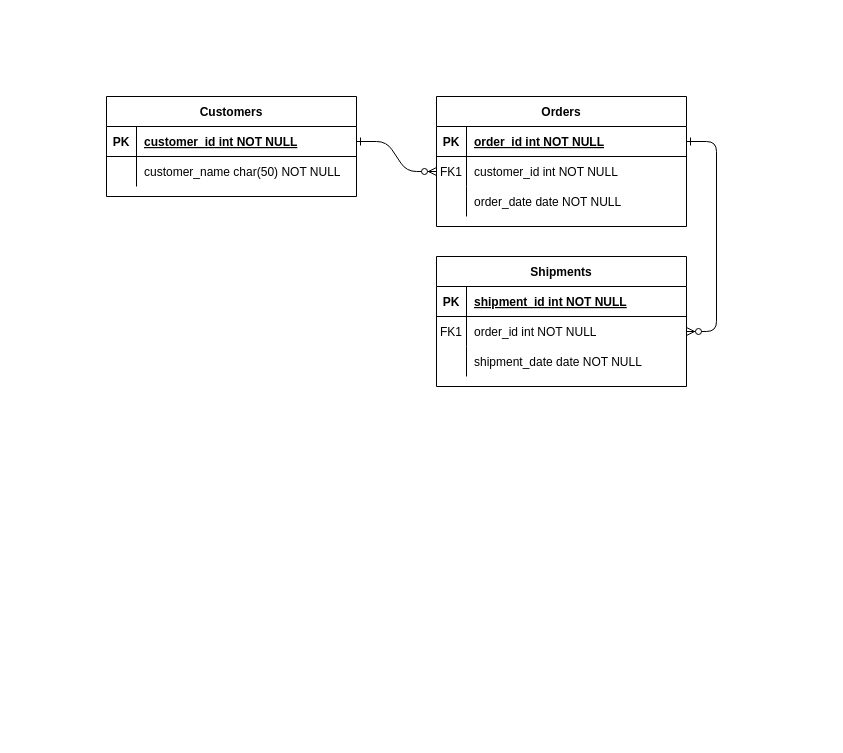
Before: Module_1/Lab_20_SQL-Business-Cases/IronCars.drawio in psyrgkan/DAFT_1022, a draw.io diagram. Source tidied: cells renumbered, new cells numbered last; positions are measured from the earlier drawing's top-left corner, leaving out a move shared by most shapes. Both pictures are drawn from the tidied source at 100%, with x=0, y=0 at pixel (106, 96).
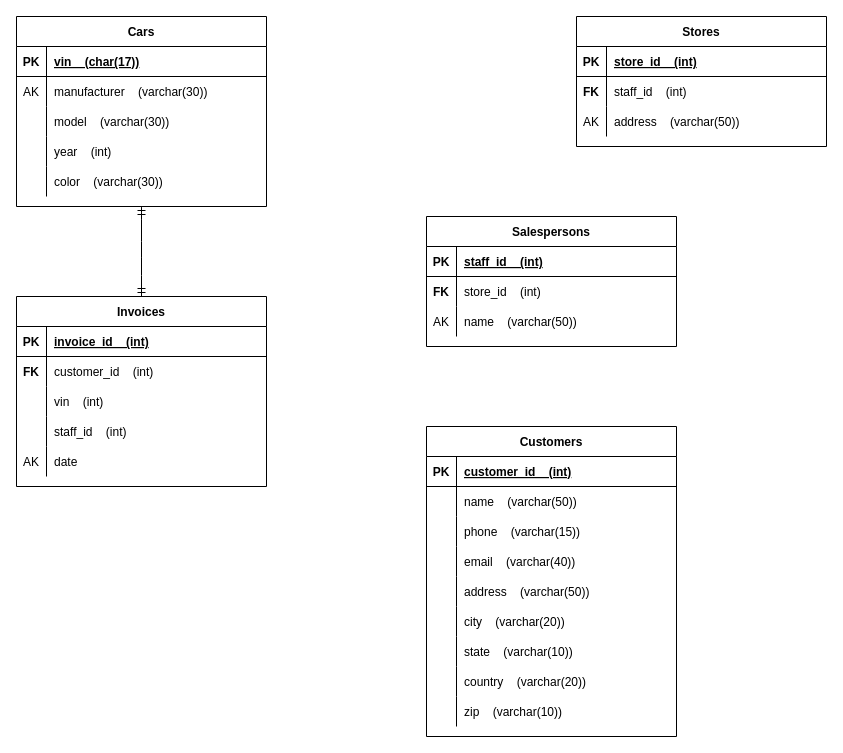
Above is the later version.

The change refers to these unchanged cells:
```xml
<mxCell id="5" style="shape=partialRectangle;fillColor=none;points=[[0,0.5],[1,0.5]];portConstraint=eastwest;top=0;left=0;right=0;bottom=1;" parent="4" vertex="1">
  <mxGeometry y="30" width="250" height="30" as="geometry" />
</mxCell>
<mxCell id="8" style="shape=partialRectangle;fillColor=none;points=[[0,0.5],[1,0.5]];portConstraint=eastwest;top=0;left=0;right=0;bottom=0;" parent="4" vertex="1">
  <mxGeometry y="60" width="250" height="30" as="geometry" />
</mxCell>
<mxCell id="11" style="shape=partialRectangle;fillColor=none;top=0;left=0;right=0;bottom=0;" parent="4" vertex="1">
  <mxGeometry y="90" width="250" height="30" as="geometry" />
</mxCell>
<mxCell id="15" style="shape=partialRectangle;fillColor=none;top=0;left=0;right=0;bottom=1;" parent="14" vertex="1">
  <mxGeometry y="30" width="250" height="30" as="geometry" />
</mxCell>
<mxCell id="18" style="shape=partialRectangle;fillColor=none;points=[[0,0.5],[1,0.5]];portConstraint=eastwest;top=0;left=0;right=0;bottom=0;" parent="14" vertex="1">
  <mxGeometry y="60" width="250" height="30" as="geometry" />
</mxCell>
<mxCell id="21" style="shape=partialRectangle;fillColor=none;top=0;left=0;right=0;bottom=0;" parent="14" vertex="1">
  <mxGeometry y="90" width="250" height="30" as="geometry" />
</mxCell>
<mxCell id="25" style="shape=partialRectangle;fillColor=none;points=[[0,0.5],[1,0.5]];portConstraint=eastwest;top=0;left=0;right=0;bottom=1;" parent="24" vertex="1">
  <mxGeometry y="30" width="250" height="30" as="geometry" />
</mxCell>
<mxCell id="28" style="shape=partialRectangle;fillColor=none;top=0;left=0;right=0;bottom=0;" parent="24" vertex="1">
  <mxGeometry y="60" width="250" height="30" as="geometry" />
</mxCell>
```

Change to the diagram source:
```diff
@@
-    <mxCell id="2" style="edgeStyle=entityRelationEdgeStyle;endArrow=ERzeroToMany;startArrow=ERone;endFill=1;startFill=0;" parent="1" edge="1" source="25" target="8">
-      <mxGeometry relative="1" as="geometry" />
-    </mxCell>
-    <mxCell id="3" style="edgeStyle=entityRelationEdgeStyle;endArrow=ERzeroToMany;startArrow=ERone;endFill=1;startFill=0;" parent="1" edge="1" source="5" target="18">
-      <mxGeometry relative="1" as="geometry" />
-    </mxCell>
-    <mxCell id="4" value="Orders" style="shape=table;startSize=30;childLayout=tableLayout;rowLines=0;fontStyle=1;align=center;" parent="1" vertex="1">
-      <mxGeometry x="330" width="250" height="130" as="geometry" />
+    <mxCell id="4" value="Invoices" style="shape=table;startSize=30;childLayout=tableLayout;rowLines=0;fontStyle=1;align=center;" parent="1" vertex="1">
+      <mxGeometry x="-90" y="200" width="250" height="190" as="geometry" />
     </mxCell>
@@
-    <mxCell id="7" value="order_id int NOT NULL " style="shape=partialRectangle;overflow=hidden;fillColor=none;top=0;left=0;bottom=0;right=0;align=left;spacingLeft=6;fontStyle=5;" parent="5" vertex="1">
+    <mxCell id="7" value="invoice_id    (int)" style="shape=partialRectangle;overflow=hidden;fillColor=none;top=0;left=0;bottom=0;right=0;align=left;spacingLeft=6;fontStyle=5;" parent="5" vertex="1">
       <mxGeometry x="30" width="220" height="30" as="geometry" />
     </mxCell>
@@
-    <mxCell id="9" value="FK1" style="shape=partialRectangle;overflow=hidden;fillColor=none;top=0;left=0;bottom=0;right=0;" parent="8" vertex="1">
+    <mxCell id="9" value="FK" style="shape=partialRectangle;overflow=hidden;fillColor=none;top=0;left=0;bottom=0;right=0;fontStyle=1;" parent="8" vertex="1">
       <mxGeometry width="30" height="30" as="geometry" />
     </mxCell>
-    <mxCell id="10" value="customer_id int NOT NULL" style="shape=partialRectangle;overflow=hidden;fillColor=none;top=0;left=0;bottom=0;right=0;align=left;spacingLeft=6;" parent="8" vertex="1">
+    <mxCell id="10" value="customer_id    (int)" style="shape=partialRectangle;overflow=hidden;fillColor=none;top=0;left=0;bottom=0;right=0;align=left;spacingLeft=6;" parent="8" vertex="1">
       <mxGeometry x="30" width="220" height="30" as="geometry" />
     </mxCell>
@@
-    <mxCell id="13" value="order_date date NOT NULL" style="shape=partialRectangle;overflow=hidden;fillColor=none;top=0;left=0;bottom=0;right=0;align=left;spacingLeft=6;" parent="11" vertex="1">
+    <mxCell id="13" value="vin    (int)" style="shape=partialRectangle;overflow=hidden;fillColor=none;top=0;left=0;bottom=0;right=0;align=left;spacingLeft=6;" parent="11" vertex="1">
       <mxGeometry x="30" width="220" height="30" as="geometry" />
     </mxCell>
+    <mxCell id="31" style="shape=tableRow;horizontal=0;startSize=0;swimlaneHead=0;swimlaneBody=0;fillColor=none;top=0;left=0;right=0;bottom=0;" parent="4" vertex="1">
+      <mxGeometry y="120" width="250" height="30" as="geometry" />
+    </mxCell>
+    <mxCell id="32" style="shape=partialRectangle;fillColor=none;top=0;left=0;bottom=0;right=0;overflow=hidden;" parent="31" vertex="1">
+      <mxGeometry width="30" height="30" as="geometry" />
+    </mxCell>
+    <mxCell id="33" value="staff_id    (int)" style="shape=partialRectangle;fillColor=none;top=0;left=0;bottom=0;right=0;align=left;spacingLeft=6;overflow=hidden;" parent="31" vertex="1">
+      <mxGeometry x="30" width="220" height="30" as="geometry" />
+    </mxCell>
+    <mxCell id="34" style="shape=tableRow;horizontal=0;startSize=0;swimlaneHead=0;swimlaneBody=0;fillColor=none;top=0;left=0;right=0;bottom=0;" parent="4" vertex="1">
+      <mxGeometry y="150" width="250" height="30" as="geometry" />
+    </mxCell>
+    <mxCell id="35" value="AK" style="shape=partialRectangle;fillColor=none;top=0;left=0;bottom=0;right=0;overflow=hidden;" parent="34" vertex="1">
+      <mxGeometry width="30" height="30" as="geometry" />
+    </mxCell>
+    <mxCell id="36" value="date" style="shape=partialRectangle;fillColor=none;top=0;left=0;bottom=0;right=0;align=left;spacingLeft=6;overflow=hidden;" parent="34" vertex="1">
+      <mxGeometry x="30" width="220" height="30" as="geometry" />
+    </mxCell>
-    <mxCell id="14" value="Shipments" style="shape=table;startSize=30;childLayout=tableLayout;rowLines=0;fontStyle=1;align=center;" parent="1" vertex="1">
-      <mxGeometry x="330" y="160" width="250" height="130" as="geometry" />
+    <mxCell id="14" value="Salespersons" style="shape=table;startSize=30;childLayout=tableLayout;rowLines=0;fontStyle=1;align=center;" parent="1" vertex="1">
+      <mxGeometry x="320" y="120" width="250" height="130" as="geometry" />
     </mxCell>
@@
-    <mxCell id="17" value="shipment_id int NOT NULL " style="shape=partialRectangle;overflow=hidden;fillColor=none;top=0;left=0;bottom=0;right=0;align=left;spacingLeft=6;fontStyle=5;" parent="15" vertex="1">
+    <mxCell id="17" value="staff_id    (int)" style="shape=partialRectangle;overflow=hidden;fillColor=none;top=0;left=0;bottom=0;right=0;align=left;spacingLeft=6;fontStyle=5;" parent="15" vertex="1">
       <mxGeometry x="30" width="220" height="30" as="geometry" />
     </mxCell>
@@
-    <mxCell id="19" value="FK1" style="shape=partialRectangle;overflow=hidden;fillColor=none;top=0;left=0;bottom=0;right=0;" parent="18" vertex="1">
+    <mxCell id="19" value="FK" style="shape=partialRectangle;overflow=hidden;fillColor=none;top=0;left=0;bottom=0;right=0;fontStyle=1;" parent="18" vertex="1">
       <mxGeometry width="30" height="30" as="geometry" />
     </mxCell>
-    <mxCell id="20" value="order_id int NOT NULL" style="shape=partialRectangle;overflow=hidden;fillColor=none;top=0;left=0;bottom=0;right=0;align=left;spacingLeft=6;" parent="18" vertex="1">
+    <mxCell id="20" value="store_id    (int)" style="shape=partialRectangle;overflow=hidden;fillColor=none;top=0;left=0;bottom=0;right=0;align=left;spacingLeft=6;" parent="18" vertex="1">
       <mxGeometry x="30" width="220" height="30" as="geometry" />
     </mxCell>
@@
-    <mxCell id="22" style="shape=partialRectangle;overflow=hidden;fillColor=none;top=0;left=0;bottom=0;right=0;" parent="21" vertex="1">
+    <mxCell id="22" value="AK" style="shape=partialRectangle;overflow=hidden;fillColor=none;top=0;left=0;bottom=0;right=0;" parent="21" vertex="1">
       <mxGeometry width="30" height="30" as="geometry" />
     </mxCell>
-    <mxCell id="23" value="shipment_date date NOT NULL" style="shape=partialRectangle;overflow=hidden;fillColor=none;top=0;left=0;bottom=0;right=0;align=left;spacingLeft=6;" parent="21" vertex="1">
+    <mxCell id="23" value="name    (varchar(50))" style="shape=partialRectangle;overflow=hidden;fillColor=none;top=0;left=0;bottom=0;right=0;align=left;spacingLeft=6;" parent="21" vertex="1">
       <mxGeometry x="30" width="220" height="30" as="geometry" />
     </mxCell>
     <mxCell id="24" value="Customers" style="shape=table;startSize=30;childLayout=tableLayout;rowLines=0;fontStyle=1;align=center;" parent="1" vertex="1">
-      <mxGeometry width="250" height="100" as="geometry" />
+      <mxGeometry x="320" y="330" width="250" height="310" as="geometry" />
     </mxCell>
@@
-    <mxCell id="27" value="customer_id int NOT NULL " style="shape=partialRectangle;overflow=hidden;fillColor=none;top=0;left=0;bottom=0;right=0;align=left;spacingLeft=6;fontStyle=5;" parent="25" vertex="1">
+    <mxCell id="27" value="customer_id    (int)" style="shape=partialRectangle;overflow=hidden;fillColor=none;top=0;left=0;bottom=0;right=0;align=left;spacingLeft=6;fontStyle=5;" parent="25" vertex="1">
       <mxGeometry x="30" width="220" height="30" as="geometry" />
     </mxCell>
@@
-    <mxCell id="30" value="customer_name char(50) NOT NULL" style="shape=partialRectangle;overflow=hidden;fillColor=none;top=0;left=0;bottom=0;right=0;align=left;spacingLeft=6;" parent="28" vertex="1">
+    <mxCell id="30" value="name    (varchar(50))" style="shape=partialRectangle;overflow=hidden;fillColor=none;top=0;left=0;bottom=0;right=0;align=left;spacingLeft=6;" parent="28" vertex="1">
       <mxGeometry x="30" width="220" height="30" as="geometry" />
     </mxCell>
+    <mxCell id="37" style="shape=tableRow;horizontal=0;startSize=0;swimlaneHead=0;swimlaneBody=0;fillColor=none;top=0;left=0;right=0;bottom=0;" parent="24" vertex="1">
+      <mxGeometry y="90" width="250" height="30" as="geometry" />
+    </mxCell>
+    <mxCell id="38" style="shape=partialRectangle;fillColor=none;top=0;left=0;bottom=0;right=0;overflow=hidden;" parent="37" vertex="1">
+      <mxGeometry width="30" height="30" as="geometry" />
+    </mxCell>
+    <mxCell id="39" value="phone    (varchar(15))" style="shape=partialRectangle;fillColor=none;top=0;left=0;bottom=0;right=0;align=left;spacingLeft=6;overflow=hidden;" parent="37" vertex="1">
+      <mxGeometry x="30" width="220" height="30" as="geometry" />
+    </mxCell>
+    <mxCell id="40" style="shape=tableRow;horizontal=0;startSize=0;swimlaneHead=0;swimlaneBody=0;fillColor=none;top=0;left=0;right=0;bottom=0;" parent="24" vertex="1">
+      <mxGeometry y="120" width="250" height="30" as="geometry" />
+    </mxCell>
+    <mxCell id="41" style="shape=partialRectangle;fillColor=none;top=0;left=0;bottom=0;right=0;overflow=hidden;" parent="40" vertex="1">
+      <mxGeometry width="30" height="30" as="geometry" />
+    </mxCell>
+    <mxCell id="42" value="email    (varchar(40))" style="shape=partialRectangle;fillColor=none;top=0;left=0;bottom=0;right=0;align=left;spacingLeft=6;overflow=hidden;" parent="40" vertex="1">
+      <mxGeometry x="30" width="220" height="30" as="geometry" />
+    </mxCell>
+    <mxCell id="43" style="shape=tableRow;horizontal=0;startSize=0;swimlaneHead=0;swimlaneBody=0;fillColor=none;top=0;left=0;right=0;bottom=0;" parent="24" vertex="1">
+      <mxGeometry y="150" width="250" height="30" as="geometry" />
+    </mxCell>
+    <mxCell id="44" style="shape=partialRectangle;fillColor=none;top=0;left=0;bottom=0;right=0;overflow=hidden;" parent="43" vertex="1">
+      <mxGeometry width="30" height="30" as="geometry" />
+    </mxCell>
+    <mxCell id="45" value="address    (varchar(50))" style="shape=partialRectangle;fillColor=none;top=0;left=0;bottom=0;right=0;align=left;spacingLeft=6;overflow=hidden;" parent="43" vertex="1">
+      <mxGeometry x="30" width="220" height="30" as="geometry" />
+    </mxCell>
+    <mxCell id="46" style="shape=tableRow;horizontal=0;startSize=0;swimlaneHead=0;swimlaneBody=0;fillColor=none;top=0;left=0;right=0;bottom=0;" parent="24" vertex="1">
+      <mxGeometry y="180" width="250" height="30" as="geometry" />
+    </mxCell>
+    <mxCell id="47" style="shape=partialRectangle;fillColor=none;top=0;left=0;bottom=0;right=0;overflow=hidden;" parent="46" vertex="1">
+      <mxGeometry width="30" height="30" as="geometry" />
+    </mxCell>
+    <mxCell id="48" value="city    (varchar(20))" style="shape=partialRectangle;fillColor=none;top=0;left=0;bottom=0;right=0;align=left;spacingLeft=6;overflow=hidden;" parent="46" vertex="1">
+      <mxGeometry x="30" width="220" height="30" as="geometry" />
+    </mxCell>
+    <mxCell id="49" style="shape=tableRow;horizontal=0;startSize=0;swimlaneHead=0;swimlaneBody=0;fillColor=none;top=0;left=0;right=0;bottom=0;" parent="24" vertex="1">
+      <mxGeometry y="210" width="250" height="30" as="geometry" />
+    </mxCell>
+    <mxCell id="50" style="shape=partialRectangle;fillColor=none;top=0;left=0;bottom=0;right=0;overflow=hidden;" parent="49" vertex="1">
+      <mxGeometry width="30" height="30" as="geometry" />
+    </mxCell>
+    <mxCell id="51" value="state    (varchar(10))" style="shape=partialRectangle;fillColor=none;top=0;left=0;bottom=0;right=0;align=left;spacingLeft=6;overflow=hidden;" parent="49" vertex="1">
+      <mxGeometry x="30" width="220" height="30" as="geometry" />
+    </mxCell>
+    <mxCell id="52" style="shape=tableRow;horizontal=0;startSize=0;swimlaneHead=0;swimlaneBody=0;fillColor=none;top=0;left=0;right=0;bottom=0;" parent="24" vertex="1">
+      <mxGeometry y="240" width="250" height="30" as="geometry" />
+    </mxCell>
+    <mxCell id="53" style="shape=partialRectangle;fillColor=none;top=0;left=0;bottom=0;right=0;overflow=hidden;" parent="52" vertex="1">
+      <mxGeometry width="30" height="30" as="geometry" />
+    </mxCell>
+    <mxCell id="54" value="country    (varchar(20))" style="shape=partialRectangle;fillColor=none;top=0;left=0;bottom=0;right=0;align=left;spacingLeft=6;overflow=hidden;" parent="52" vertex="1">
+      <mxGeometry x="30" width="220" height="30" as="geometry" />
+    </mxCell>
+    <mxCell id="55" style="shape=tableRow;horizontal=0;startSize=0;swimlaneHead=0;swimlaneBody=0;fillColor=none;top=0;left=0;right=0;bottom=0;" parent="24" vertex="1">
+      <mxGeometry y="270" width="250" height="30" as="geometry" />
+    </mxCell>
+    <mxCell id="56" style="shape=partialRectangle;fillColor=none;top=0;left=0;bottom=0;right=0;overflow=hidden;" parent="55" vertex="1">
+      <mxGeometry width="30" height="30" as="geometry" />
+    </mxCell>
+    <mxCell id="57" value="zip    (varchar(10))" style="shape=partialRectangle;fillColor=none;top=0;left=0;bottom=0;right=0;align=left;spacingLeft=6;overflow=hidden;" parent="55" vertex="1">
+      <mxGeometry x="30" width="220" height="30" as="geometry" />
+    </mxCell>
+    <mxCell id="58" value="Cars" style="shape=table;startSize=30;childLayout=tableLayout;rowLines=0;fontStyle=1;align=center;" parent="1" vertex="1">
+      <mxGeometry x="-90" y="-80" width="250" height="190" as="geometry" />
+    </mxCell>
+    <mxCell id="59" style="shape=partialRectangle;fillColor=none;top=0;left=0;right=0;bottom=1;" parent="58" vertex="1">
+      <mxGeometry y="30" width="250" height="30" as="geometry" />
+    </mxCell>
+    <mxCell id="60" value="PK" style="shape=partialRectangle;overflow=hidden;fillColor=none;top=0;left=0;bottom=0;right=0;fontStyle=1;" parent="59" vertex="1">
+      <mxGeometry width="30" height="30" as="geometry" />
+    </mxCell>
+    <mxCell id="61" value="vin    (char(17))" style="shape=partialRectangle;overflow=hidden;fillColor=none;top=0;left=0;bottom=0;right=0;align=left;spacingLeft=6;fontStyle=5;" parent="59" vertex="1">
+      <mxGeometry x="30" width="220" height="30" as="geometry" />
+    </mxCell>
+    <mxCell id="62" style="shape=partialRectangle;fillColor=none;top=0;left=0;right=0;bottom=0;" parent="58" vertex="1">
+      <mxGeometry y="60" width="250" height="30" as="geometry" />
+    </mxCell>
+    <mxCell id="63" value="AK" style="shape=partialRectangle;overflow=hidden;fillColor=none;top=0;left=0;bottom=0;right=0;" parent="62" vertex="1">
+      <mxGeometry width="30" height="30" as="geometry" />
+    </mxCell>
+    <mxCell id="64" value="manufacturer    (varchar(30))" style="shape=partialRectangle;overflow=hidden;fillColor=none;top=0;left=0;bottom=0;right=0;align=left;spacingLeft=6;" parent="62" vertex="1">
+      <mxGeometry x="30" width="220" height="30" as="geometry" />
+    </mxCell>
+    <mxCell id="65" style="shape=partialRectangle;fillColor=none;top=0;left=0;right=0;bottom=0;" parent="58" vertex="1">
+      <mxGeometry y="90" width="250" height="30" as="geometry" />
+    </mxCell>
+    <mxCell id="66" style="shape=partialRectangle;overflow=hidden;fillColor=none;top=0;left=0;bottom=0;right=0;" parent="65" vertex="1">
+      <mxGeometry width="30" height="30" as="geometry" />
+    </mxCell>
+    <mxCell id="67" value="model    (varchar(30))" style="shape=partialRectangle;overflow=hidden;fillColor=none;top=0;left=0;bottom=0;right=0;align=left;spacingLeft=6;" parent="65" vertex="1">
+      <mxGeometry x="30" width="220" height="30" as="geometry" />
+    </mxCell>
+    <mxCell id="68" style="shape=tableRow;horizontal=0;startSize=0;swimlaneHead=0;swimlaneBody=0;fillColor=none;top=0;left=0;right=0;bottom=0;" parent="58" vertex="1">
+      <mxGeometry y="120" width="250" height="30" as="geometry" />
+    </mxCell>
+    <mxCell id="69" style="shape=partialRectangle;fillColor=none;top=0;left=0;bottom=0;right=0;overflow=hidden;" parent="68" vertex="1">
+      <mxGeometry width="30" height="30" as="geometry" />
+    </mxCell>
+    <mxCell id="70" value="year    (int)" style="shape=partialRectangle;fillColor=none;top=0;left=0;bottom=0;right=0;align=left;spacingLeft=6;overflow=hidden;" parent="68" vertex="1">
+      <mxGeometry x="30" width="220" height="30" as="geometry" />
+    </mxCell>
+    <mxCell id="71" style="shape=tableRow;horizontal=0;startSize=0;swimlaneHead=0;swimlaneBody=0;fillColor=none;top=0;left=0;right=0;bottom=0;" parent="58" vertex="1">
+      <mxGeometry y="150" width="250" height="30" as="geometry" />
+    </mxCell>
+    <mxCell id="72" style="shape=partialRectangle;fillColor=none;top=0;left=0;bottom=0;right=0;overflow=hidden;" parent="71" vertex="1">
+      <mxGeometry width="30" height="30" as="geometry" />
+    </mxCell>
+    <mxCell id="73" value="color    (varchar(30))" style="shape=partialRectangle;fillColor=none;top=0;left=0;bottom=0;right=0;align=left;spacingLeft=6;overflow=hidden;" parent="71" vertex="1">
+      <mxGeometry x="30" width="220" height="30" as="geometry" />
+    </mxCell>
+    <mxCell id="74" style="shape=tableRow;horizontal=0;startSize=0;swimlaneHead=0;swimlaneBody=0;fillColor=none;top=0;left=0;right=0;bottom=0;" parent="1" vertex="1">
+      <mxGeometry x="170" y="570" width="250" height="30" as="geometry" />
+    </mxCell>
+    <mxCell id="75" style="shape=partialRectangle;fillColor=none;top=0;left=0;bottom=0;right=0;overflow=hidden;" parent="74" vertex="1">
+      <mxGeometry width="30" height="30" as="geometry" />
+    </mxCell>
+    <mxCell id="76" style="shape=tableRow;horizontal=0;startSize=0;swimlaneHead=0;swimlaneBody=0;fillColor=none;top=0;left=0;right=0;bottom=0;" parent="1" vertex="1">
+      <mxGeometry x="180" y="580" width="250" height="30" as="geometry" />
+    </mxCell>
+    <mxCell id="77" style="shape=partialRectangle;fillColor=none;top=0;left=0;bottom=0;right=0;overflow=hidden;" parent="76" vertex="1">
+      <mxGeometry width="30" height="30" as="geometry" />
+    </mxCell>
+    <mxCell id="78" value="Stores" style="shape=table;startSize=30;childLayout=tableLayout;rowLines=0;fontStyle=1;align=center;" parent="1" vertex="1">
+      <mxGeometry x="470" y="-80" width="250" height="130" as="geometry" />
+    </mxCell>
+    <mxCell id="79" style="shape=partialRectangle;fillColor=none;top=0;left=0;right=0;bottom=1;" parent="78" vertex="1">
+      <mxGeometry y="30" width="250" height="30" as="geometry" />
+    </mxCell>
+    <mxCell id="80" value="PK" style="shape=partialRectangle;overflow=hidden;fillColor=none;top=0;left=0;bottom=0;right=0;fontStyle=1;" parent="79" vertex="1">
+      <mxGeometry width="30" height="30" as="geometry" />
+    </mxCell>
+    <mxCell id="81" value="store_id    (int)" style="shape=partialRectangle;overflow=hidden;fillColor=none;top=0;left=0;bottom=0;right=0;align=left;spacingLeft=6;fontStyle=5;" parent="79" vertex="1">
+      <mxGeometry x="30" width="220" height="30" as="geometry" />
+    </mxCell>
+    <mxCell id="82" style="shape=partialRectangle;fillColor=none;top=0;left=0;right=0;bottom=0;" parent="78" vertex="1">
+      <mxGeometry y="60" width="250" height="30" as="geometry" />
+    </mxCell>
+    <mxCell id="83" value="FK" style="shape=partialRectangle;overflow=hidden;fillColor=none;top=0;left=0;bottom=0;right=0;fontStyle=1;" parent="82" vertex="1">
+      <mxGeometry width="30" height="30" as="geometry" />
+    </mxCell>
+    <mxCell id="84" value="staff_id    (int)" style="shape=partialRectangle;overflow=hidden;fillColor=none;top=0;left=0;bottom=0;right=0;align=left;spacingLeft=6;" parent="82" vertex="1">
+      <mxGeometry x="30" width="220" height="30" as="geometry" />
+    </mxCell>
+    <mxCell id="85" style="shape=partialRectangle;fillColor=none;top=0;left=0;right=0;bottom=0;" parent="78" vertex="1">
+      <mxGeometry y="90" width="250" height="30" as="geometry" />
+    </mxCell>
+    <mxCell id="86" value="AK" style="shape=partialRectangle;overflow=hidden;fillColor=none;top=0;left=0;bottom=0;right=0;" parent="85" vertex="1">
+      <mxGeometry width="30" height="30" as="geometry" />
+    </mxCell>
+    <mxCell id="87" value="address    (varchar(50))" style="shape=partialRectangle;overflow=hidden;fillColor=none;top=0;left=0;bottom=0;right=0;align=left;spacingLeft=6;" parent="85" vertex="1">
+      <mxGeometry x="30" width="220" height="30" as="geometry" />
+    </mxCell>
+    <mxCell id="88" style="edgeStyle=orthogonalEdgeStyle;fontSize=12;html=1;endArrow=ERmandOne;startArrow=ERmandOne;rounded=0;exitX=0.5;exitY=1;exitDx=0;exitDy=0;entryX=0.5;entryY=0;entryDx=0;entryDy=0;curved=1;" parent="1" edge="1" source="58" target="4">
+      <mxGeometry relative="1" as="geometry" />
+    </mxCell>
```
